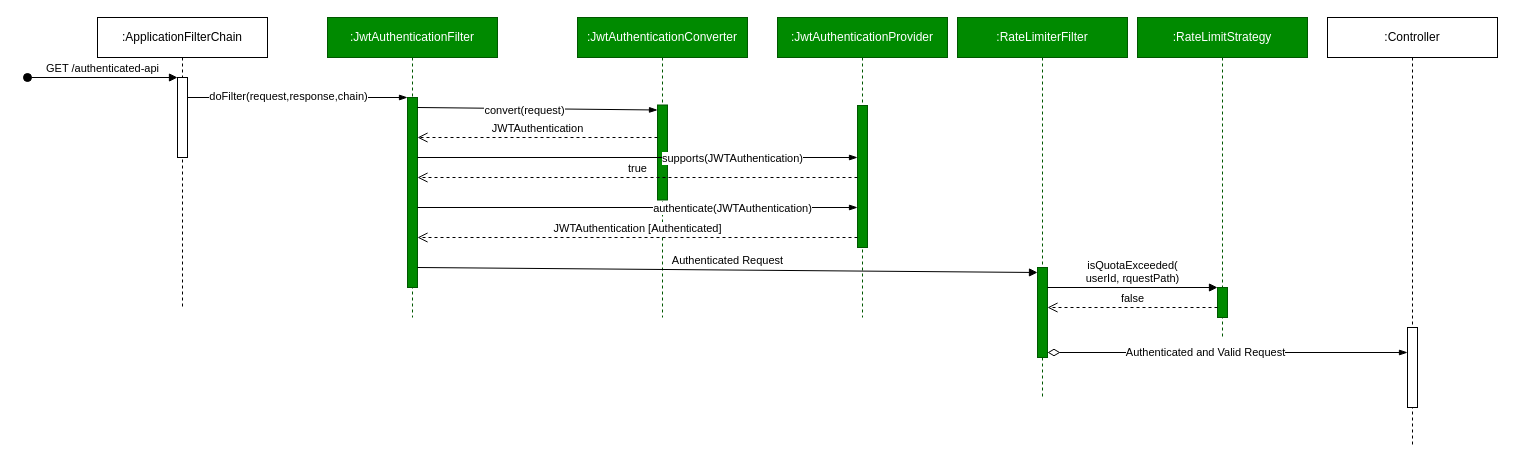
This is page "Sequence Diagram of Authenticated Endpoint" (2 of 3) of doc/HLD.drawio from sidgawas/api-gateway, a draw.io file, before an edit. Source tidied: cells renumbered, new cells numbered last; positions are measured from the earlier drawing's top-left corner, leaving out a move shared by most shapes. Both pictures are drawn from the tidied source at 100%, with x=0, y=0 at pixel (27, 17).
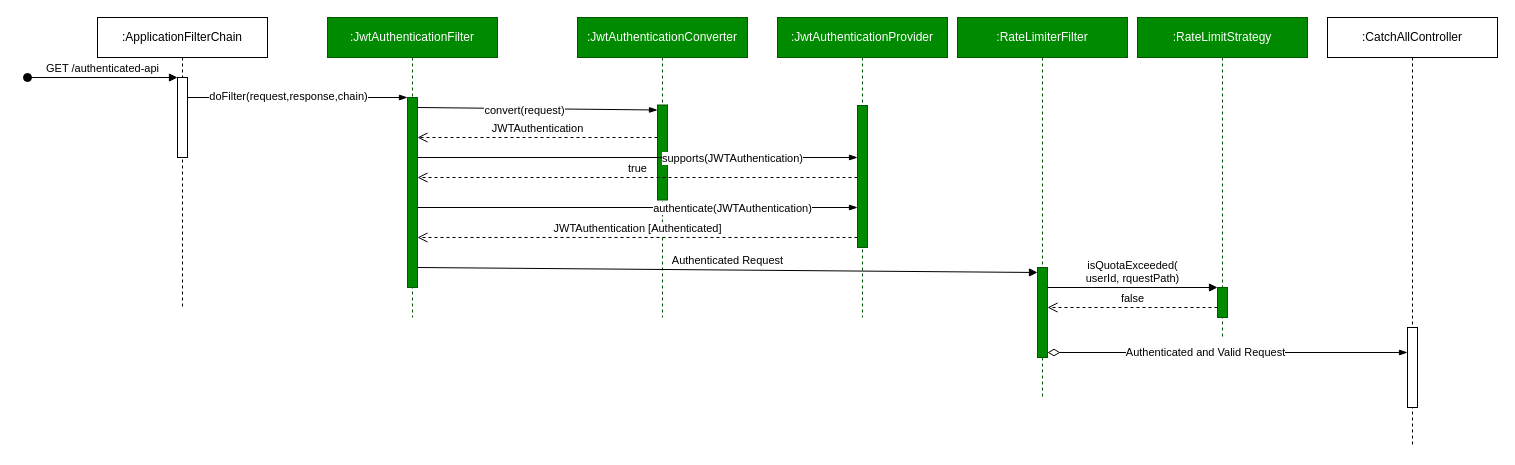
The same page after the edit.

The edit, as a diff of the source:
```diff
@@
-    <mxCell id="10" value=":Controller" style="shape=umlLifeline;perimeter=lifelinePerimeter;whiteSpace=wrap;html=1;newEdgeStyle={&quot;curved&quot;:0,&quot;rounded&quot;:0};" parent="1" vertex="1">
+    <mxCell id="10" value=":CatchAllController" style="shape=umlLifeline;perimeter=lifelinePerimeter;whiteSpace=wrap;html=1;newEdgeStyle={&quot;curved&quot;:0,&quot;rounded&quot;:0};" parent="1" vertex="1">
       <mxGeometry x="1300" width="170" height="430" as="geometry" />
     </mxCell>
```
